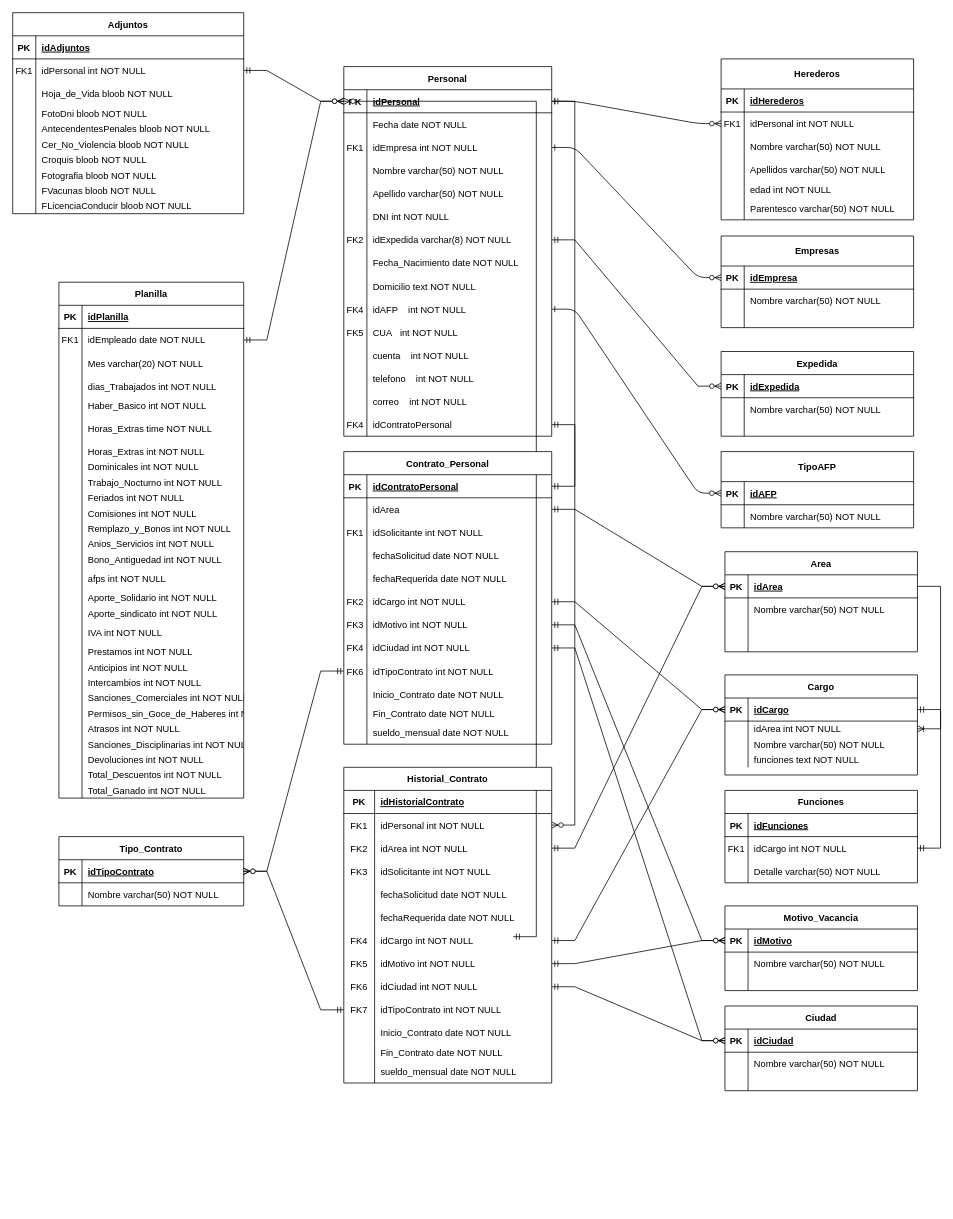
Above: Diagrama sin título.drawio in tomyivan/diagramas-DB (draw.io), before the change. Source tidied: cells renumbered, new cells numbered last; positions are measured from the earlier drawing's top-left corner, leaving out a move shared by most shapes. Both pictures are drawn from the tidied source at 77%, with x=0, y=0 at pixel (12, 12).
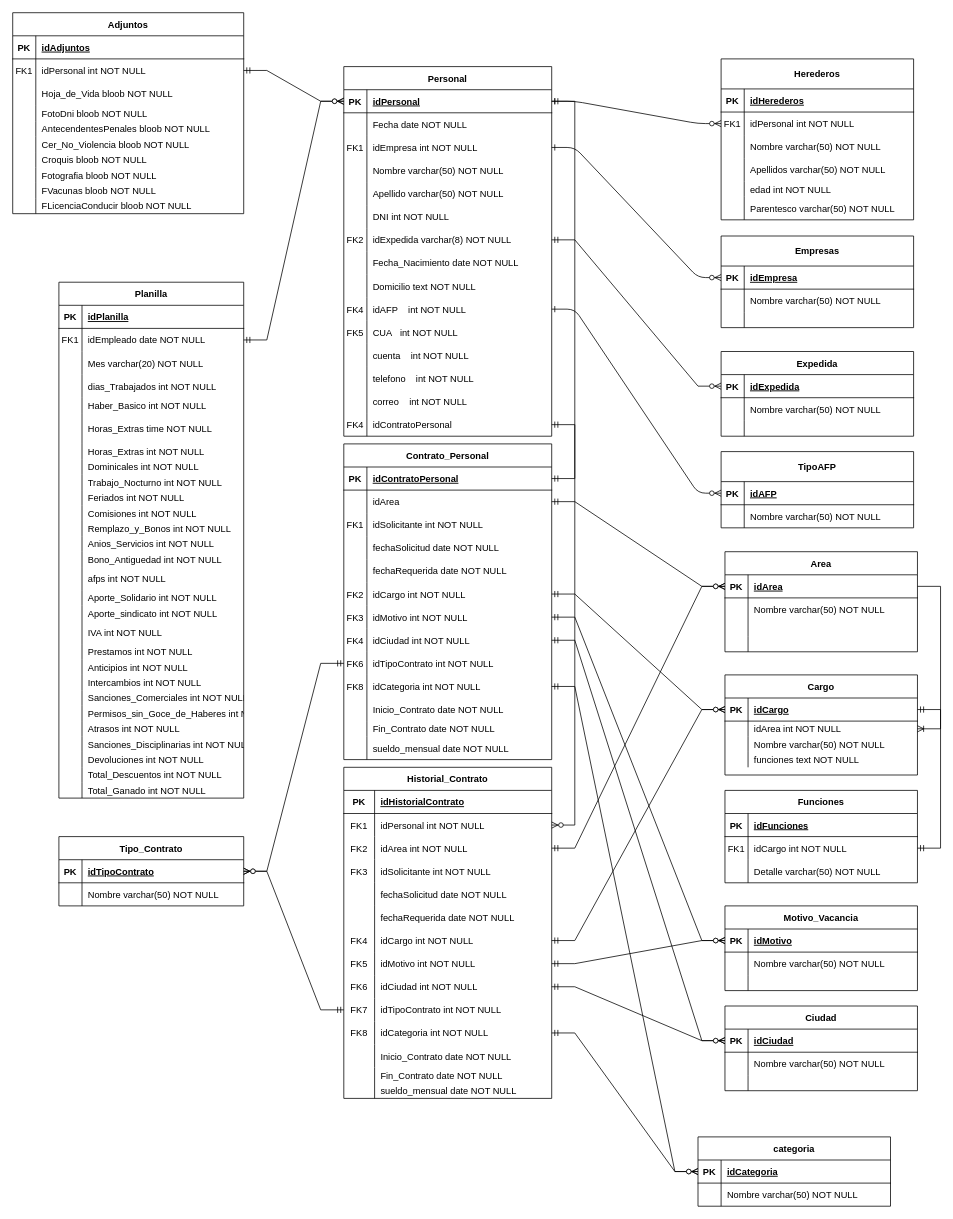
The same diagram, later.

Unchanged cells that the change refers to:
```xml
<mxCell id="13" style="shape=partialRectangle;fillColor=none;points=[[0,0.5],[1,0.5]];portConstraint=eastwest;top=0;left=0;right=0;bottom=1;" parent="12" vertex="1">
  <mxGeometry y="30" width="270" height="30" as="geometry" />
</mxCell>
```

Diff of the diagram source:
```diff
@@
-    <mxCell id="117" style="edgeStyle=entityRelationEdgeStyle;fontSize=12;html=1;endArrow=ERzeroToMany;startArrow=ERmandOne;rounded=0;entryX=0;entryY=0.5;entryDx=0;entryDy=0;" parent="1" edge="1" target="13">
-      <mxGeometry x="-0.22" y="-29" relative="1" as="geometry">
-        <mxPoint x="650" y="1200" as="sourcePoint" />
-      </mxGeometry>
-    </mxCell>
@@
     <mxCell id="204" value="Contrato_Personal" style="shape=table;startSize=30;childLayout=tableLayout;rowLines=0;fontStyle=1;align=center;" parent="1" vertex="1">
-      <mxGeometry x="430" y="570" width="270" height="380" as="geometry" />
+      <mxGeometry x="430" y="560" width="270" height="410" as="geometry" />
     </mxCell>
@@
+    <mxCell id="371" style="shape=partialRectangle;fillColor=none;points=[[0,0.5],[1,0.5]];portConstraint=eastwest;top=0;left=0;right=0;bottom=0;" parent="204" vertex="1">
+      <mxGeometry y="300" width="270" height="30" as="geometry" />
+    </mxCell>
+    <mxCell id="372" value="FK8" style="shape=partialRectangle;overflow=hidden;fillColor=none;top=0;left=0;bottom=0;right=0;" parent="371" vertex="1">
+      <mxGeometry width="30" height="30" as="geometry" />
+    </mxCell>
+    <mxCell id="373" value="idCategoria int NOT NULL" style="shape=partialRectangle;overflow=hidden;fillColor=none;top=0;left=0;bottom=0;right=0;align=left;spacingLeft=6;" parent="371" vertex="1">
+      <mxGeometry x="30" width="240" height="30" as="geometry" />
+    </mxCell>
     <mxCell id="232" style="shape=partialRectangle;fillColor=none;top=0;left=0;right=0;bottom=0;" parent="204" vertex="1">
-      <mxGeometry y="300" width="270" height="30" as="geometry" />
+      <mxGeometry y="330" width="270" height="30" as="geometry" />
     </mxCell>
@@
     <mxCell id="235" style="shape=partialRectangle;fillColor=none;top=0;left=0;right=0;bottom=0;" parent="204" vertex="1">
-      <mxGeometry y="330" width="270" height="20" as="geometry" />
+      <mxGeometry y="360" width="270" height="20" as="geometry" />
     </mxCell>
@@
     <mxCell id="238" style="shape=partialRectangle;fillColor=none;top=0;left=0;right=0;bottom=0;" parent="204" vertex="1">
-      <mxGeometry y="350" width="270" height="30" as="geometry" />
+      <mxGeometry y="380" width="270" height="30" as="geometry" />
     </mxCell>
@@
     <mxCell id="325" value="Historial_Contrato" style="shape=table;startSize=30;childLayout=tableLayout;rowLines=0;fontStyle=1;align=center;" parent="1" vertex="1">
-      <mxGeometry x="430" y="980" width="270" height="410" as="geometry" />
+      <mxGeometry x="430" y="980" width="270" height="430" as="geometry" />
     </mxCell>
@@
+    <mxCell id="374" style="shape=partialRectangle;fillColor=none;points=[[0,0.5],[1,0.5]];portConstraint=eastwest;top=0;left=0;right=0;bottom=0;" parent="325" vertex="1">
+      <mxGeometry y="330" width="270" height="30" as="geometry" />
+    </mxCell>
+    <mxCell id="375" value="FK8" style="shape=partialRectangle;overflow=hidden;fillColor=none;top=0;left=0;bottom=0;right=0;" parent="374" vertex="1">
+      <mxGeometry width="40" height="30" as="geometry" />
+    </mxCell>
+    <mxCell id="376" value="idCategoria int NOT NULL" style="shape=partialRectangle;overflow=hidden;fillColor=none;top=0;left=0;bottom=0;right=0;align=left;spacingLeft=6;" parent="374" vertex="1">
+      <mxGeometry x="40" width="230" height="30" as="geometry" />
+    </mxCell>
     <mxCell id="356" style="shape=partialRectangle;fillColor=none;top=0;left=0;right=0;bottom=0;" parent="325" vertex="1">
-      <mxGeometry y="330" width="270" height="30" as="geometry" />
+      <mxGeometry y="360" width="270" height="30" as="geometry" />
     </mxCell>
@@
     <mxCell id="359" style="shape=partialRectangle;fillColor=none;top=0;left=0;right=0;bottom=0;" parent="325" vertex="1">
-      <mxGeometry y="360" width="270" height="20" as="geometry" />
+      <mxGeometry y="390" width="270" height="20" as="geometry" />
     </mxCell>
@@
     <mxCell id="362" style="shape=partialRectangle;fillColor=none;top=0;left=0;right=0;bottom=0;" parent="325" vertex="1">
-      <mxGeometry y="380" width="270" height="30" as="geometry" />
+      <mxGeometry y="410" width="270" height="20" as="geometry" />
     </mxCell>
     <mxCell id="363" style="shape=partialRectangle;overflow=hidden;fillColor=none;top=0;left=0;bottom=0;right=0;" parent="362" vertex="1">
-      <mxGeometry width="40" height="30" as="geometry" />
+      <mxGeometry width="40" height="20" as="geometry" />
     </mxCell>
     <mxCell id="364" value="sueldo_mensual date NOT NULL" style="shape=partialRectangle;overflow=hidden;fillColor=none;top=0;left=0;bottom=0;right=0;align=left;spacingLeft=6;" parent="362" vertex="1">
-      <mxGeometry x="40" width="230" height="30" as="geometry" />
+      <mxGeometry x="40" width="230" height="20" as="geometry" />
     </mxCell>
@@
+    <mxCell id="377" value="categoria" style="shape=table;startSize=30;childLayout=tableLayout;rowLines=0;fontStyle=1;align=center;" parent="1" vertex="1">
+      <mxGeometry x="890" y="1460" width="250" height="90" as="geometry" />
+    </mxCell>
+    <mxCell id="378" style="shape=partialRectangle;fillColor=none;points=[[0,0.5],[1,0.5]];portConstraint=eastwest;top=0;left=0;right=0;bottom=1;" parent="377" vertex="1">
+      <mxGeometry y="30" width="250" height="30" as="geometry" />
+    </mxCell>
+    <mxCell id="379" value="PK" style="shape=partialRectangle;overflow=hidden;fillColor=none;top=0;left=0;bottom=0;right=0;fontStyle=1;" parent="378" vertex="1">
+      <mxGeometry width="30" height="30" as="geometry" />
+    </mxCell>
+    <mxCell id="380" value="idCategoria" style="shape=partialRectangle;overflow=hidden;fillColor=none;top=0;left=0;bottom=0;right=0;align=left;spacingLeft=6;fontStyle=5;" parent="378" vertex="1">
+      <mxGeometry x="30" width="220" height="30" as="geometry" />
+    </mxCell>
+    <mxCell id="381" style="shape=partialRectangle;fillColor=none;top=0;left=0;right=0;bottom=0;" parent="377" vertex="1">
+      <mxGeometry y="60" width="250" height="30" as="geometry" />
+    </mxCell>
+    <mxCell id="382" style="shape=partialRectangle;overflow=hidden;fillColor=none;top=0;left=0;bottom=0;right=0;" parent="381" vertex="1">
+      <mxGeometry width="30" height="30" as="geometry" />
+    </mxCell>
+    <mxCell id="383" value="Nombre varchar(50) NOT NULL" style="shape=partialRectangle;overflow=hidden;fillColor=none;top=0;left=0;bottom=0;right=0;align=left;spacingLeft=6;" parent="381" vertex="1">
+      <mxGeometry x="30" width="220" height="30" as="geometry" />
+    </mxCell>
+    <mxCell id="384" style="edgeStyle=entityRelationEdgeStyle;fontSize=12;html=1;endArrow=ERzeroToMany;startArrow=ERmandOne;rounded=0;" parent="1" edge="1" source="374" target="378">
+      <mxGeometry x="-0.22" y="-29" relative="1" as="geometry" />
+    </mxCell>
+    <mxCell id="385" style="edgeStyle=entityRelationEdgeStyle;fontSize=12;html=1;endArrow=ERzeroToMany;startArrow=ERmandOne;rounded=0;" parent="1" edge="1" source="371" target="378">
+      <mxGeometry x="-0.22" y="-29" relative="1" as="geometry" />
+    </mxCell>
```
